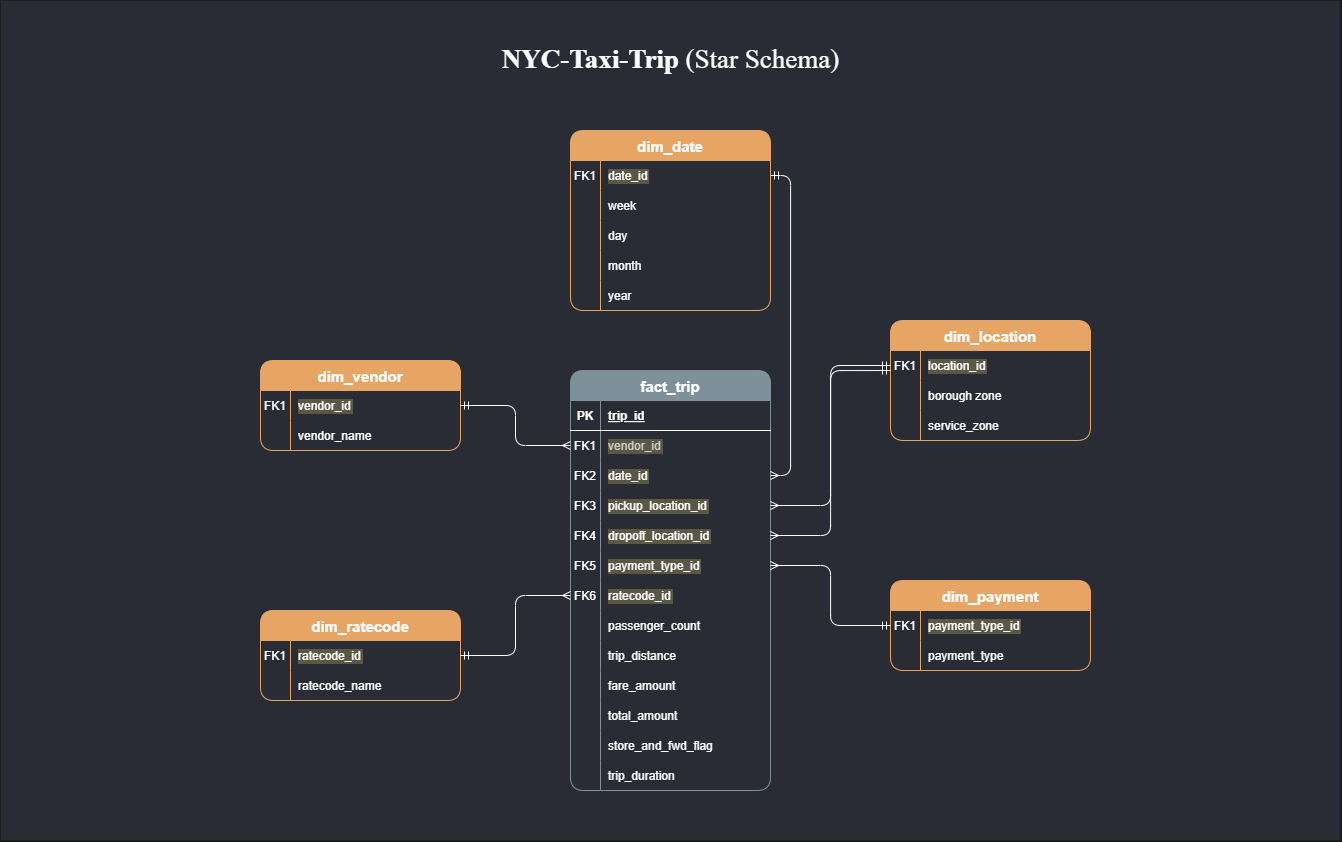
Earlier version of the draw.io export docs/data_model.png (jagdishgurram/NYC-Taxi-Trip-Data-Pipeline). Source tidied: cells renumbered, new cells last; positions are measured from the earlier drawing's top-left corner, leaving out a move shared by most shapes.
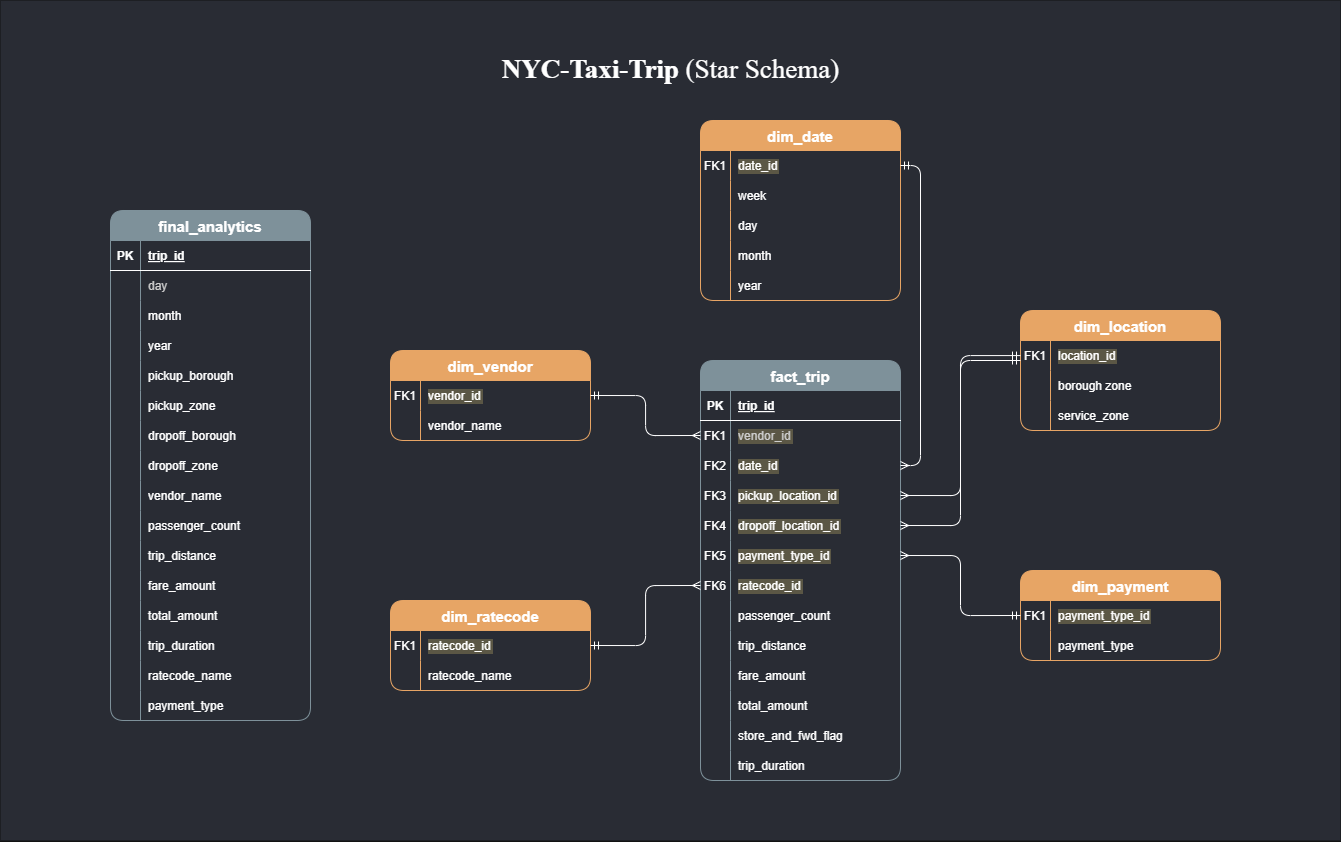
After the commit.

Commit message:
Data Model Png Updated & Star Script

Diff of the diagram source:
```diff
@@ -3,7 +3,7 @@
     <mxCell id="0" />
     <mxCell id="1" parent="0" />
     <mxCell id="2" style="rounded=0;whiteSpace=wrap;html=1;strokeColor=light-dark(default, #ffffff);fillColor=light-dark(#FFFFFF,#292C34);" parent="1" vertex="1">
-      <mxGeometry width="1340" height="840" as="geometry" />
+      <mxGeometry x="-130" y="10" width="1340" height="840" as="geometry" />
     </mxCell>
     <mxCell id="3" value="fact_trip" style="shape=table;startSize=30;rowLines=0;fontStyle=1;align=center;fontSize=15;fillColor=light-dark(#1ba1e2, #7e919a);fontColor=light-dark(#FFFFFF,#FFFFFF);strokeColor=light-dark(#006EAF,#7E919A);rounded=1;arcSize=15;" parent="1" vertex="1">
       <mxGeometry x="570" y="370" width="200" height="420" as="geometry" />
@@ -282,7 +282,7 @@
       <mxGeometry relative="1" as="geometry" />
     </mxCell>
     <mxCell id="95" value="&lt;h2&gt;&lt;span&gt;&lt;font face=&quot;Times New Roman&quot; style=&quot;&quot;&gt;NYC-Taxi-Trip&lt;span style=&quot;font-weight: normal;&quot;&gt; (Star Schema)&lt;/span&gt;&lt;/font&gt;&lt;/span&gt;&lt;/h2&gt;" style="text;html=1;strokeColor=none;fillColor=none;align=center;verticalAlign=middle;rounded=0;fontColor=default;labelBackgroundColor=none;fontFamily=Courier New;fontStyle=0;fontSize=18;labelBorderColor=none;" parent="1" vertex="1">
-      <mxGeometry x="445" y="30" width="450" height="60" as="geometry" />
+      <mxGeometry x="315" y="50" width="450" height="60" as="geometry" />
     </mxCell>
     <mxCell id="96" style="edgeStyle=orthogonalEdgeStyle;rounded=1;jettySize=auto;html=1;exitX=1;exitY=0.5;exitDx=0;exitDy=0;strokeColor=default;align=center;verticalAlign=middle;fontFamily=Helvetica;fontSize=11;fontColor=default;labelBackgroundColor=default;startArrow=ERmany;startFill=0;endArrow=ERmandOne;endFill=0;" parent="1" edge="1" source="16">
       <mxGeometry relative="1" as="geometry">
@@ -293,5 +293,155 @@
         </Array>
       </mxGeometry>
     </mxCell>
+    <mxCell id="97" style="shape=partialRectangle;overflow=hidden;fillColor=none;top=0;left=0;bottom=0;right=0;" parent="1" vertex="1">
+      <mxGeometry x="-20" y="730" width="30" height="30" as="geometry" />
+    </mxCell>
+    <mxCell id="98" value="final_analytics" style="shape=table;startSize=30;rowLines=0;fontStyle=1;align=center;fontSize=15;fillColor=light-dark(#1ba1e2, #7e919a);fontColor=light-dark(#FFFFFF,#FFFFFF);strokeColor=light-dark(#006EAF,#7E919A);rounded=1;arcSize=15;" parent="1" vertex="1">
+      <mxGeometry x="-20" y="220" width="200" height="510" as="geometry" />
+    </mxCell>
+    <mxCell id="99" style="shape=partialRectangle;fillColor=none;top=0;left=0;right=0;bottom=1;" parent="98" vertex="1">
+      <mxGeometry y="30" width="200" height="30" as="geometry" />
+    </mxCell>
+    <mxCell id="100" value="PK" style="shape=partialRectangle;overflow=hidden;fillColor=none;top=0;left=0;bottom=0;right=0;fontStyle=1;" parent="99" vertex="1">
+      <mxGeometry width="30" height="30" as="geometry" />
+    </mxCell>
+    <mxCell id="101" value="trip_id" style="shape=partialRectangle;overflow=hidden;fillColor=none;top=0;left=0;bottom=0;right=0;align=left;spacingLeft=6;fontStyle=5;textShadow=0;fontColor=light-dark(#000000,#FFFFFF);strokeColor=light-dark(default, #ffffff);" parent="99" vertex="1">
+      <mxGeometry x="30" width="170" height="30" as="geometry" />
+    </mxCell>
+    <mxCell id="102" style="shape=partialRectangle;fillColor=none;top=0;left=0;right=0;bottom=0;" parent="98" vertex="1">
+      <mxGeometry y="60" width="200" height="30" as="geometry" />
+    </mxCell>
+    <mxCell id="103" style="shape=partialRectangle;overflow=hidden;fillColor=none;top=0;left=0;bottom=0;right=0;" parent="102" vertex="1">
+      <mxGeometry width="30" height="30" as="geometry" />
+    </mxCell>
+    <mxCell id="104" value="day" style="shape=partialRectangle;overflow=hidden;fillColor=none;top=0;left=0;bottom=0;right=0;align=left;spacingLeft=6;labelBackgroundColor=none;textShadow=0;fontColor=light-dark(#000000,#CDCDCD);" parent="102" vertex="1">
+      <mxGeometry x="30" width="170" height="30" as="geometry" />
+    </mxCell>
+    <mxCell id="105" style="shape=partialRectangle;fillColor=none;top=0;left=0;right=0;bottom=0;" parent="98" vertex="1">
+      <mxGeometry y="90" width="200" height="30" as="geometry" />
+    </mxCell>
+    <mxCell id="106" style="shape=partialRectangle;overflow=hidden;fillColor=none;top=0;left=0;bottom=0;right=0;" parent="105" vertex="1">
+      <mxGeometry width="30" height="30" as="geometry" />
+    </mxCell>
+    <mxCell id="107" value="month" style="shape=partialRectangle;overflow=hidden;fillColor=none;top=0;left=0;bottom=0;right=0;align=left;spacingLeft=6;labelBackgroundColor=none;" parent="105" vertex="1">
+      <mxGeometry x="30" width="170" height="30" as="geometry" />
+    </mxCell>
+    <mxCell id="108" style="shape=partialRectangle;fillColor=none;top=0;left=0;right=0;bottom=0;" parent="98" vertex="1">
+      <mxGeometry y="120" width="200" height="30" as="geometry" />
+    </mxCell>
+    <mxCell id="109" style="shape=partialRectangle;overflow=hidden;fillColor=none;top=0;left=0;bottom=0;right=0;" parent="108" vertex="1">
+      <mxGeometry width="30" height="30" as="geometry" />
+    </mxCell>
+    <mxCell id="110" value="year" style="shape=partialRectangle;overflow=hidden;fillColor=none;top=0;left=0;bottom=0;right=0;align=left;spacingLeft=6;labelBackgroundColor=none;" parent="108" vertex="1">
+      <mxGeometry x="30" width="170" height="30" as="geometry" />
+    </mxCell>
+    <mxCell id="111" style="shape=partialRectangle;fillColor=none;top=0;left=0;right=0;bottom=0;" parent="98" vertex="1">
+      <mxGeometry y="150" width="200" height="30" as="geometry" />
+    </mxCell>
+    <mxCell id="112" style="shape=partialRectangle;overflow=hidden;fillColor=none;top=0;left=0;bottom=0;right=0;" parent="111" vertex="1">
+      <mxGeometry width="30" height="30" as="geometry" />
+    </mxCell>
+    <mxCell id="113" value="pickup_borough" style="shape=partialRectangle;overflow=hidden;fillColor=none;top=0;left=0;bottom=0;right=0;align=left;spacingLeft=6;labelBorderColor=none;labelBackgroundColor=none;" parent="111" vertex="1">
+      <mxGeometry x="30" width="170" height="30" as="geometry" />
+    </mxCell>
+    <mxCell id="114" style="shape=partialRectangle;fillColor=none;top=0;left=0;right=0;bottom=0;" parent="98" vertex="1">
+      <mxGeometry y="180" width="200" height="30" as="geometry" />
+    </mxCell>
+    <mxCell id="115" style="shape=partialRectangle;overflow=hidden;fillColor=none;top=0;left=0;bottom=0;right=0;" parent="114" vertex="1">
+      <mxGeometry width="30" height="30" as="geometry" />
+    </mxCell>
+    <mxCell id="116" value="pickup_zone" style="shape=partialRectangle;overflow=hidden;fillColor=none;top=0;left=0;bottom=0;right=0;align=left;spacingLeft=6;labelBackgroundColor=none;" parent="114" vertex="1">
+      <mxGeometry x="30" width="170" height="30" as="geometry" />
+    </mxCell>
+    <mxCell id="117" style="shape=partialRectangle;fillColor=none;top=0;left=0;right=0;bottom=0;" parent="98" vertex="1">
+      <mxGeometry y="210" width="200" height="30" as="geometry" />
+    </mxCell>
+    <mxCell id="118" style="shape=partialRectangle;overflow=hidden;fillColor=none;top=0;left=0;bottom=0;right=0;" parent="117" vertex="1">
+      <mxGeometry width="30" height="30" as="geometry" />
+    </mxCell>
+    <mxCell id="119" value="dropoff_borough" style="shape=partialRectangle;overflow=hidden;fillColor=none;top=0;left=0;bottom=0;right=0;align=left;spacingLeft=6;labelBackgroundColor=none;" parent="117" vertex="1">
+      <mxGeometry x="30" width="170" height="30" as="geometry" />
+    </mxCell>
+    <mxCell id="120" style="shape=partialRectangle;fillColor=none;top=0;left=0;right=0;bottom=0;" parent="98" vertex="1">
+      <mxGeometry y="240" width="200" height="30" as="geometry" />
+    </mxCell>
+    <mxCell id="121" style="shape=partialRectangle;overflow=hidden;fillColor=none;top=0;left=0;bottom=0;right=0;" parent="120" vertex="1">
+      <mxGeometry width="30" height="30" as="geometry" />
+    </mxCell>
+    <mxCell id="122" value="dropoff_zone" style="shape=partialRectangle;overflow=hidden;fillColor=none;top=0;left=0;bottom=0;right=0;align=left;spacingLeft=6;" parent="120" vertex="1">
+      <mxGeometry x="30" width="170" height="30" as="geometry" />
+    </mxCell>
+    <mxCell id="123" style="shape=partialRectangle;fillColor=none;top=0;left=0;right=0;bottom=0;" parent="98" vertex="1">
+      <mxGeometry y="270" width="200" height="30" as="geometry" />
+    </mxCell>
+    <mxCell id="124" style="shape=partialRectangle;overflow=hidden;fillColor=none;top=0;left=0;bottom=0;right=0;" parent="123" vertex="1">
+      <mxGeometry width="30" height="30" as="geometry" />
+    </mxCell>
+    <mxCell id="125" value="vendor_name" style="shape=partialRectangle;overflow=hidden;fillColor=none;top=0;left=0;bottom=0;right=0;align=left;spacingLeft=6;" parent="123" vertex="1">
+      <mxGeometry x="30" width="170" height="30" as="geometry" />
+    </mxCell>
+    <mxCell id="126" style="shape=partialRectangle;fillColor=none;top=0;left=0;right=0;bottom=0;" parent="98" vertex="1">
+      <mxGeometry y="300" width="200" height="30" as="geometry" />
+    </mxCell>
+    <mxCell id="127" style="shape=partialRectangle;overflow=hidden;fillColor=none;top=0;left=0;bottom=0;right=0;" parent="126" vertex="1">
+      <mxGeometry width="30" height="30" as="geometry" />
+    </mxCell>
+    <mxCell id="128" value="passenger_count" style="shape=partialRectangle;overflow=hidden;fillColor=none;top=0;left=0;bottom=0;right=0;align=left;spacingLeft=6;" parent="126" vertex="1">
+      <mxGeometry x="30" width="170" height="30" as="geometry" />
+    </mxCell>
+    <mxCell id="129" style="shape=partialRectangle;fillColor=none;top=0;left=0;right=0;bottom=0;" parent="98" vertex="1">
+      <mxGeometry y="330" width="200" height="30" as="geometry" />
+    </mxCell>
+    <mxCell id="130" style="shape=partialRectangle;overflow=hidden;fillColor=none;top=0;left=0;bottom=0;right=0;" parent="129" vertex="1">
+      <mxGeometry width="30" height="30" as="geometry" />
+    </mxCell>
+    <mxCell id="131" value="trip_distance" style="shape=partialRectangle;overflow=hidden;fillColor=none;top=0;left=0;bottom=0;right=0;align=left;spacingLeft=6;" parent="129" vertex="1">
+      <mxGeometry x="30" width="170" height="30" as="geometry" />
+    </mxCell>
+    <mxCell id="132" style="shape=partialRectangle;fillColor=none;top=0;left=0;right=0;bottom=0;" parent="98" vertex="1">
+      <mxGeometry y="360" width="200" height="30" as="geometry" />
+    </mxCell>
+    <mxCell id="133" style="shape=partialRectangle;overflow=hidden;fillColor=none;top=0;left=0;bottom=0;right=0;" parent="132" vertex="1">
+      <mxGeometry width="30" height="30" as="geometry" />
+    </mxCell>
+    <mxCell id="134" value="fare_amount" style="shape=partialRectangle;overflow=hidden;fillColor=none;top=0;left=0;bottom=0;right=0;align=left;spacingLeft=6;" parent="132" vertex="1">
+      <mxGeometry x="30" width="170" height="30" as="geometry" />
+    </mxCell>
+    <mxCell id="135" style="shape=partialRectangle;fillColor=none;top=0;left=0;right=0;bottom=0;" parent="98" vertex="1">
+      <mxGeometry y="390" width="200" height="30" as="geometry" />
+    </mxCell>
+    <mxCell id="136" style="shape=partialRectangle;overflow=hidden;fillColor=none;top=0;left=0;bottom=0;right=0;" parent="135" vertex="1">
+      <mxGeometry width="30" height="30" as="geometry" />
+    </mxCell>
+    <mxCell id="137" value="total_amount" style="shape=partialRectangle;overflow=hidden;fillColor=none;top=0;left=0;bottom=0;right=0;align=left;spacingLeft=6;" parent="135" vertex="1">
+      <mxGeometry x="30" width="170" height="30" as="geometry" />
+    </mxCell>
+    <mxCell id="138" style="shape=partialRectangle;fillColor=none;top=0;left=0;right=0;bottom=0;" parent="98" vertex="1">
+      <mxGeometry y="420" width="200" height="30" as="geometry" />
+    </mxCell>
+    <mxCell id="139" style="shape=partialRectangle;overflow=hidden;fillColor=none;top=0;left=0;bottom=0;right=0;" parent="138" vertex="1">
+      <mxGeometry width="30" height="30" as="geometry" />
+    </mxCell>
+    <mxCell id="140" value="trip_duration" style="shape=partialRectangle;overflow=hidden;fillColor=none;top=0;left=0;bottom=0;right=0;align=left;spacingLeft=6;" parent="138" vertex="1">
+      <mxGeometry x="30" width="170" height="30" as="geometry" />
+    </mxCell>
+    <mxCell id="141" style="shape=partialRectangle;fillColor=none;top=0;left=0;right=0;bottom=0;" parent="98" vertex="1">
+      <mxGeometry y="450" width="200" height="30" as="geometry" />
+    </mxCell>
+    <mxCell id="142" style="shape=partialRectangle;overflow=hidden;fillColor=none;top=0;left=0;bottom=0;right=0;" parent="141" vertex="1">
+      <mxGeometry width="30" height="30" as="geometry" />
+    </mxCell>
+    <mxCell id="143" value="ratecode_name" style="shape=partialRectangle;overflow=hidden;fillColor=none;top=0;left=0;bottom=0;right=0;align=left;spacingLeft=6;" parent="141" vertex="1">
+      <mxGeometry x="30" width="170" height="30" as="geometry" />
+    </mxCell>
+    <mxCell id="144" style="shape=partialRectangle;fillColor=none;top=0;left=0;right=0;bottom=0;" parent="98" vertex="1">
+      <mxGeometry y="480" width="200" height="30" as="geometry" />
+    </mxCell>
+    <mxCell id="145" style="shape=partialRectangle;overflow=hidden;fillColor=none;top=0;left=0;bottom=0;right=0;" parent="144" vertex="1">
+      <mxGeometry width="30" height="30" as="geometry" />
+    </mxCell>
+    <mxCell id="146" value="payment_type" style="shape=partialRectangle;overflow=hidden;fillColor=none;top=0;left=0;bottom=0;right=0;align=left;spacingLeft=6;" parent="144" vertex="1">
+      <mxGeometry x="30" width="170" height="30" as="geometry" />
+    </mxCell>
   </root>
 </mxGraphModel>
```
